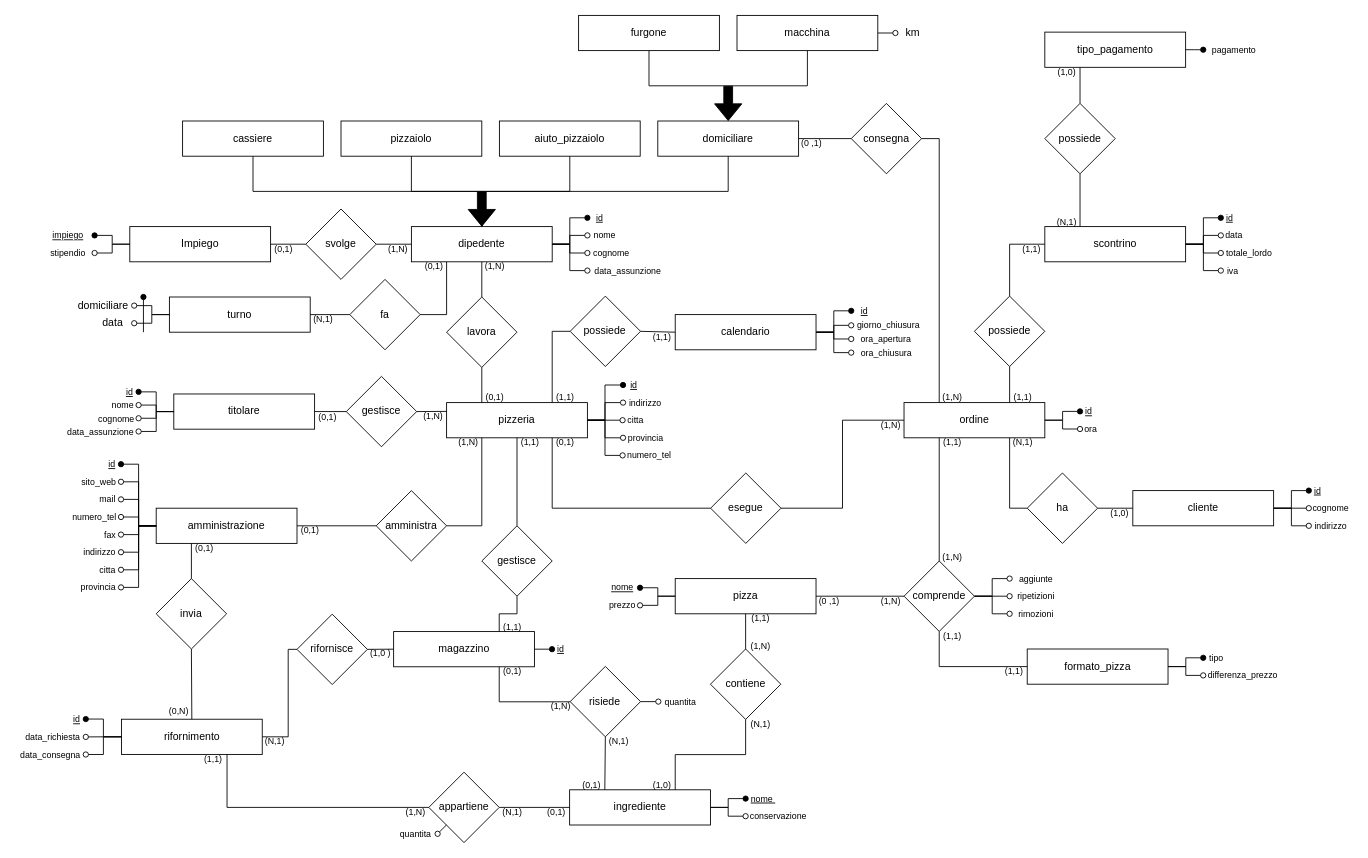
NicholasPilotto/PaduPizza keeps this draw.io diagram as Draw/PaduPizzaER.drawio. Above is the earlier version. Source tidied: cells renumbered, new cells numbered last; positions are measured from the earlier drawing's top-left corner, leaving out a move shared by most shapes. Both pictures are drawn from the tidied source at 88%, with x=0, y=0 at pixel (15, 15).
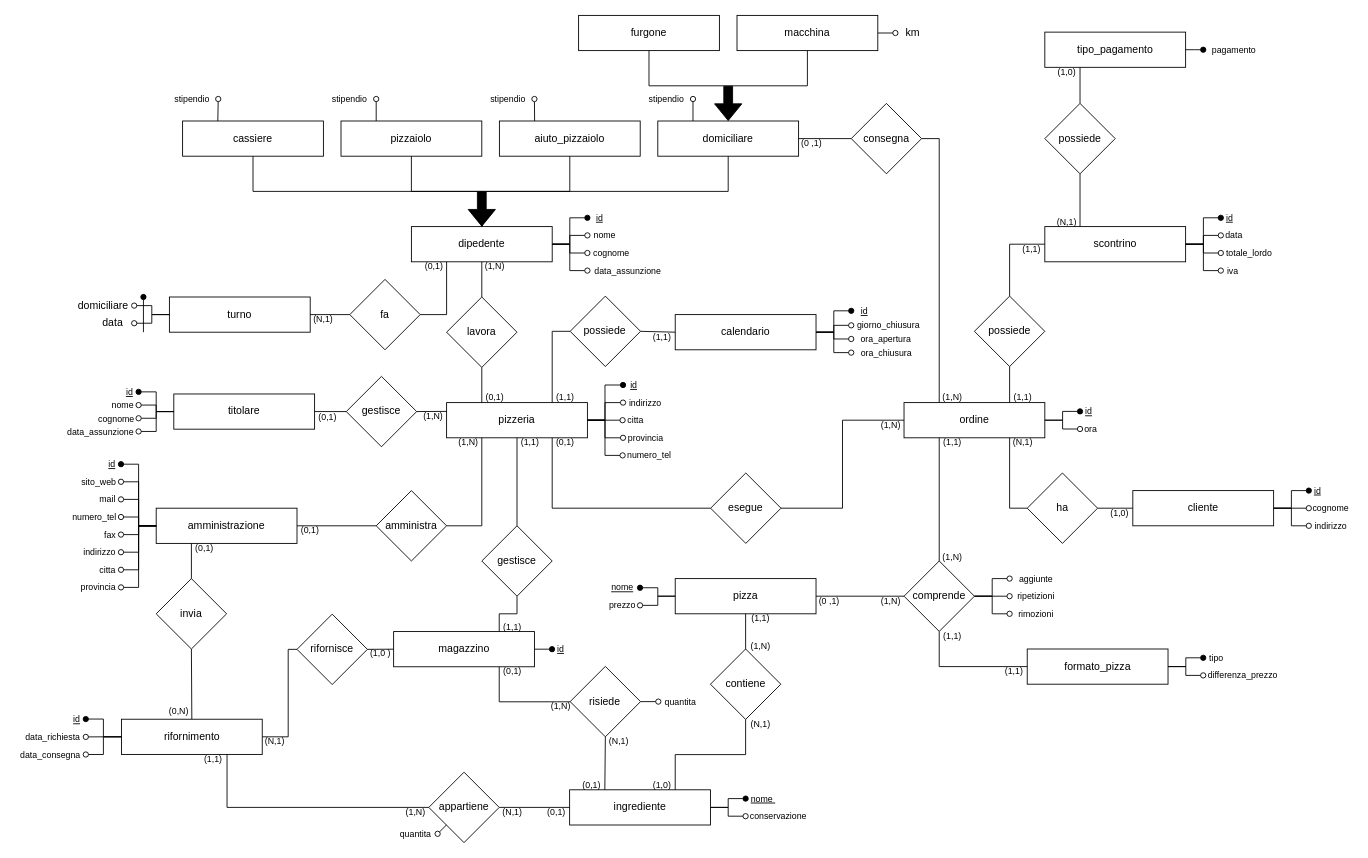
The same diagram, later.

Commit message (it also covers changes not shown here):
Correzione ER per permettere la rimozione della generalizazione

The change refers to these unchanged cells:
```xml
<mxCell id="2" value="dipedente" style="whiteSpace=wrap;html=1;align=center;comic=0;noLabel=0;portConstraintRotation=0;rounded=0;glass=0;sketch=0;shadow=0;" parent="1" vertex="1">
  <mxGeometry x="450" y="240" width="160" height="40" as="geometry" />
</mxCell>
<mxCell id="4" value="cassiere" style="whiteSpace=wrap;html=1;align=center;comic=0;noLabel=0;portConstraintRotation=0;rounded=0;glass=0;sketch=0;shadow=0;" parent="1" vertex="1">
  <mxGeometry x="190" y="120" width="160" height="40" as="geometry" />
</mxCell>
<mxCell id="5" value="domiciliare" style="whiteSpace=wrap;html=1;align=center;comic=0;noLabel=0;portConstraintRotation=0;rounded=0;glass=0;sketch=0;shadow=0;" parent="1" vertex="1">
  <mxGeometry x="730" y="120" width="160" height="40" as="geometry" />
</mxCell>
<mxCell id="7" value="aiuto_pizzaiolo" style="whiteSpace=wrap;html=1;align=center;comic=0;noLabel=0;portConstraintRotation=0;rounded=0;glass=0;sketch=0;shadow=0;" parent="1" vertex="1">
  <mxGeometry x="550" y="120" width="160" height="40" as="geometry" />
</mxCell>
<mxCell id="8" value="pizzaiolo" style="whiteSpace=wrap;html=1;align=center;comic=0;noLabel=0;portConstraintRotation=0;rounded=0;glass=0;sketch=0;shadow=0;" parent="1" vertex="1">
  <mxGeometry x="370" y="120" width="160" height="40" as="geometry" />
</mxCell>
```

The edit, as a diff of the source:
```diff
@@
-    <mxCell id="105" value="Impiego" style="whiteSpace=wrap;html=1;align=center;comic=0;noLabel=0;portConstraintRotation=0;rounded=0;glass=0;sketch=0;shadow=0;" parent="1" vertex="1">
-      <mxGeometry x="130" y="240" width="160" height="40" as="geometry" />
-    </mxCell>
-    <mxCell id="106" value="svolge" style="rhombus;whiteSpace=wrap;html=1;" parent="1" vertex="1">
-      <mxGeometry x="330" y="220" width="80" height="80" as="geometry" />
-    </mxCell>
-    <mxCell id="107" style="endArrow=none;html=1;exitX=1;exitY=0.5;exitDx=0;exitDy=0;entryX=0;entryY=0.5;entryDx=0;entryDy=0;rounded=0;" parent="1" edge="1" source="105" target="106">
-      <mxGeometry relative="1" as="geometry" />
-    </mxCell>
-    <mxCell id="108" style="endArrow=none;html=1;exitX=1;exitY=0.5;exitDx=0;exitDy=0;rounded=0;elbow=vertical;entryX=0;entryY=0.5;entryDx=0;entryDy=0;" parent="1" edge="1" source="106" target="2">
-      <mxGeometry relative="1" as="geometry" />
-    </mxCell>
@@
-    <mxCell id="118" style="endArrow=oval;html=1;exitX=0;exitY=0.5;exitDx=0;exitDy=0;endFill=1;entryX=1;entryY=0.5;entryDx=0;entryDy=0;edgeStyle=elbowEdgeStyle;rounded=0;" parent="1" edge="1" source="105" target="121">
-      <mxGeometry relative="1" as="geometry" />
-    </mxCell>
-    <mxCell id="119" style="endArrow=oval;html=1;exitX=0;exitY=0.5;exitDx=0;exitDy=0;endFill=0;entryX=1;entryY=0.5;entryDx=0;entryDy=0;edgeStyle=elbowEdgeStyle;rounded=0;" parent="1" edge="1" source="105" target="120">
-      <mxGeometry relative="1" as="geometry" />
-    </mxCell>
-    <mxCell id="120" value="stipendio" style="text;html=1;strokeColor=none;fillColor=none;align=center;verticalAlign=middle;whiteSpace=wrap;rounded=0;fontSize=10;" parent="1" vertex="1">
-      <mxGeometry x="30" y="260" width="60" height="20" as="geometry" />
-    </mxCell>
-    <mxCell id="121" value="&lt;u style=&quot;font-size: 10px;&quot;&gt;impiego&lt;/u&gt;" style="text;html=1;strokeColor=none;fillColor=none;align=center;verticalAlign=middle;whiteSpace=wrap;rounded=0;fontSize=10;" parent="1" vertex="1">
-      <mxGeometry x="30" y="240" width="60" height="20" as="geometry" />
-    </mxCell>
@@
-    <mxCell id="191" value="(0,1)" style="text;html=1;strokeColor=none;fillColor=none;align=center;verticalAlign=middle;whiteSpace=wrap;rounded=0;fontSize=10;" parent="1" vertex="1">
-      <mxGeometry x="290" y="260" width="30" height="10" as="geometry" />
-    </mxCell>
-    <mxCell id="192" value="(1,N)" style="text;html=1;strokeColor=none;fillColor=none;align=center;verticalAlign=middle;whiteSpace=wrap;rounded=0;fontSize=10;" parent="1" vertex="1">
-      <mxGeometry x="420" y="260" width="30" height="10.2" as="geometry" />
-    </mxCell>
@@
+    <mxCell id="243" style="endArrow=oval;html=1;exitX=0.25;exitY=0;exitDx=0;exitDy=0;endFill=0;entryX=1;entryY=0.5;entryDx=0;entryDy=0;rounded=0;" parent="1" edge="1" source="4" target="244">
+      <mxGeometry relative="1" as="geometry" />
+    </mxCell>
+    <mxCell id="244" value="stipendio" style="text;html=1;strokeColor=none;fillColor=none;align=center;verticalAlign=middle;whiteSpace=wrap;rounded=0;fontSize=10;" parent="1" vertex="1">
+      <mxGeometry x="170.5" y="90" width="60" height="10" as="geometry" />
+    </mxCell>
+    <mxCell id="245" style="endArrow=oval;html=1;exitX=0.25;exitY=0;exitDx=0;exitDy=0;endFill=0;entryX=1;entryY=0.5;entryDx=0;entryDy=0;rounded=0;" parent="1" edge="1" source="8" target="246">
+      <mxGeometry relative="1" as="geometry" />
+    </mxCell>
+    <mxCell id="246" value="stipendio" style="text;html=1;strokeColor=none;fillColor=none;align=center;verticalAlign=middle;whiteSpace=wrap;rounded=0;fontSize=10;" parent="1" vertex="1">
+      <mxGeometry x="350" y="90" width="60" height="10" as="geometry" />
+    </mxCell>
+    <mxCell id="247" style="endArrow=oval;html=1;endFill=0;entryX=1;entryY=0.5;entryDx=0;entryDy=0;rounded=0;exitX=0.25;exitY=0;exitDx=0;exitDy=0;" parent="1" edge="1" source="7" target="248">
+      <mxGeometry relative="1" as="geometry" />
+    </mxCell>
+    <mxCell id="248" value="stipendio" style="text;html=1;strokeColor=none;fillColor=none;align=center;verticalAlign=middle;whiteSpace=wrap;rounded=0;fontSize=10;" parent="1" vertex="1">
+      <mxGeometry x="529.8" y="90" width="60" height="10" as="geometry" />
+    </mxCell>
+    <mxCell id="249" style="endArrow=oval;html=1;exitX=0.25;exitY=0;exitDx=0;exitDy=0;endFill=0;entryX=1;entryY=0.5;entryDx=0;entryDy=0;rounded=0;" parent="1" edge="1" source="5" target="250">
+      <mxGeometry relative="1" as="geometry" />
+    </mxCell>
+    <mxCell id="250" value="stipendio" style="text;html=1;strokeColor=none;fillColor=none;align=center;verticalAlign=middle;whiteSpace=wrap;rounded=0;fontSize=10;" parent="1" vertex="1">
+      <mxGeometry x="710" y="90" width="60" height="10" as="geometry" />
+    </mxCell>
```
